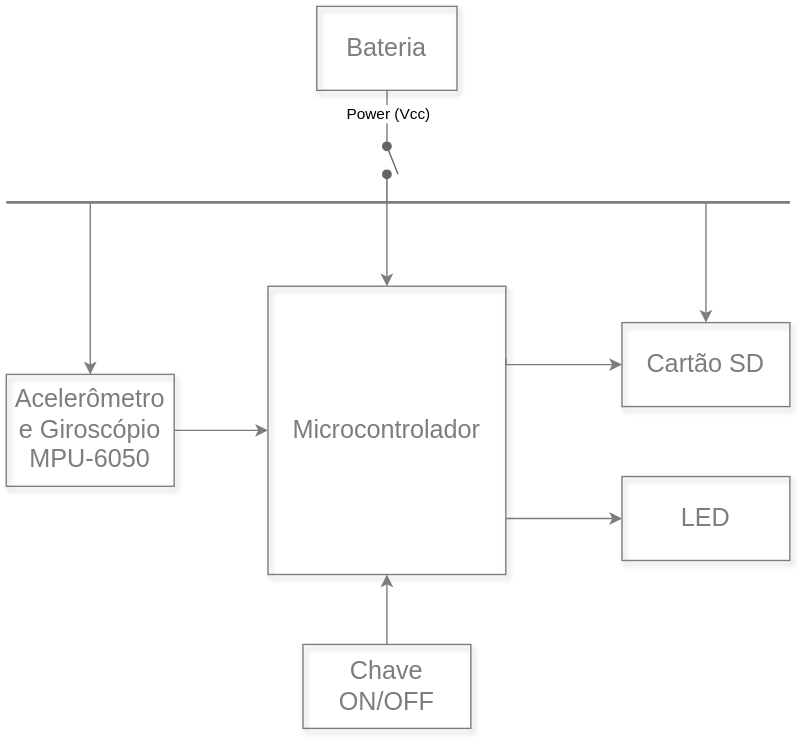
Earlier version of the draw.io export projetos/tennistracker/diagrama_estrutural.svg (teaching-FEEC/ea075-2024.1). Source tidied: cells renumbered, new cells last; positions are measured from the earlier drawing's top-left corner, leaving out a move shared by most shapes.
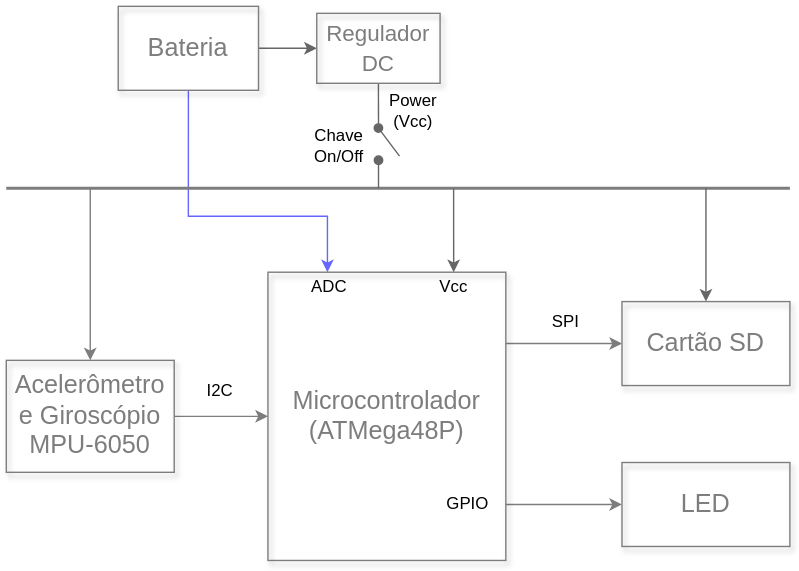
The same file after the commit.

Change to the diagram source:
```diff
@@ -8,16 +8,11 @@
     <mxCell id="3" style="edgeStyle=orthogonalEdgeStyle;rounded=0;jettySize=auto;html=1;entryX=0;entryY=0.5;entryDx=0;entryDy=0;strokeColor=#7D7D7D;exitX=1;exitY=0.25;exitDx=0;exitDy=0;" parent="1" edge="1" source="5" target="16">
       <mxGeometry relative="1" as="geometry">
         <Array as="points">
-          <mxPoint x="357" y="256" />
+          <mxPoint x="440" y="252" />
         </Array>
       </mxGeometry>
     </mxCell>
-    <mxCell id="4" style="edgeStyle=orthogonalEdgeStyle;rounded=0;jettySize=auto;html=1;endArrow=none;endFill=0;startArrow=classic;startFill=1;strokeColor=#7D7D7D;" parent="1" edge="1" source="5">
-      <mxGeometry relative="1" as="geometry">
-        <mxPoint x="272" y="140" as="targetPoint" />
-      </mxGeometry>
-    </mxCell>
-    <mxCell id="5" value="Microcontrolador" style="whiteSpace=wrap;html=1;shadow=1;fontSize=18;fillColor=none;strokeColor=#7D7D7D;fontColor=#7D7D7D;" parent="1" vertex="1">
+    <mxCell id="5" value="Microcontrolador&lt;div&gt;(ATMega48P)&lt;/div&gt;" style="whiteSpace=wrap;html=1;shadow=1;fontSize=18;fillColor=none;strokeColor=#7D7D7D;fontColor=#7D7D7D;" parent="1" vertex="1">
       <mxGeometry x="187" y="200" width="170" height="206" as="geometry" />
     </mxCell>
     <mxCell id="6" value="LED" style="whiteSpace=wrap;html=1;shadow=1;fontSize=18;fillColor=none;strokeColor=#7D7D7D;align=center;verticalAlign=middle;fontFamily=Helvetica;fontColor=#7D7D7D;" parent="1" vertex="1">
@@ -34,32 +29,22 @@
     <mxCell id="9" value="Acelerômetro&lt;div&gt;e Giroscópio&lt;/div&gt;&lt;div&gt;MPU-6050&lt;br&gt;&lt;/div&gt;" style="whiteSpace=wrap;html=1;shadow=1;fontSize=18;fillColor=none;strokeColor=#7D7D7D;align=center;verticalAlign=middle;fontFamily=Helvetica;fontColor=#7D7D7D;" parent="1" vertex="1">
       <mxGeometry y="263" width="120" height="80" as="geometry" />
     </mxCell>
-    <mxCell id="10" style="edgeStyle=elbowEdgeStyle;rounded=0;html=1;startArrow=none;startFill=0;jettySize=auto;fontSize=18;elbow=vertical;strokeColor=#7d7d7d;" parent="1" edge="1" source="11" target="5">
-      <mxGeometry relative="1" as="geometry" />
-    </mxCell>
-    <mxCell id="11" value="Chave ON/OFF" style="whiteSpace=wrap;html=1;shadow=1;fontSize=18;fillColor=none;strokeColor=#7D7D7D;align=center;verticalAlign=middle;fontFamily=Helvetica;fontColor=#7D7D7D;" parent="1" vertex="1">
-      <mxGeometry x="212" y="456" width="120" height="60" as="geometry" />
-    </mxCell>
-    <mxCell id="12" style="edgeStyle=orthogonalEdgeStyle;rounded=0;jettySize=auto;html=1;strokeColor=#7D7D7D;endArrow=none;endFill=0;" parent="1" edge="1" source="14">
-      <mxGeometry relative="1" as="geometry">
-        <mxPoint x="272" y="100" as="targetPoint" />
-      </mxGeometry>
-    </mxCell>
-    <mxCell id="13" value="Power (Vcc)" style="edgeLabel;html=1;align=center;verticalAlign=middle;" parent="12" vertex="1">
-      <mxGeometry x="-0.15" y="-1" relative="1" as="geometry">
-        <mxPoint x="1" y="-1" as="offset" />
-      </mxGeometry>
-    </mxCell>
+    <mxCell id="20" style="edgeStyle=orthogonalEdgeStyle;rounded=0;jettySize=auto;html=1;entryX=0;entryY=0.5;entryDx=0;entryDy=0;strokeColor=#666666;" parent="1" edge="1" source="14" target="30">
+      <mxGeometry relative="1" as="geometry" />
+    </mxCell>
+    <mxCell id="21" style="edgeStyle=orthogonalEdgeStyle;rounded=0;jettySize=auto;html=1;entryX=0.25;entryY=0;entryDx=0;entryDy=0;fillColor=#dae8fc;strokeColor=#6666FF;exitX=0.5;exitY=1;exitDx=0;exitDy=0;" parent="1" edge="1" source="14" target="5">
+      <mxGeometry relative="1" as="geometry">
+        <Array as="points">
+          <mxPoint x="130" y="160" />
+          <mxPoint x="230" y="160" />
+        </Array>
+      </mxGeometry>
+    </mxCell>
     <mxCell id="14" value="Bateria" style="whiteSpace=wrap;html=1;shadow=1;fontSize=18;fillColor=none;strokeColor=#7D7D7D;align=center;verticalAlign=middle;fontFamily=Helvetica;fontColor=#7D7D7D;" parent="1" vertex="1">
-      <mxGeometry x="221.9" width="100.2" height="60" as="geometry" />
+      <mxGeometry x="80" y="10" width="100.2" height="60" as="geometry" />
     </mxCell>
-    <mxCell id="15" style="edgeStyle=orthogonalEdgeStyle;rounded=0;jettySize=auto;html=1;endArrow=none;endFill=0;startArrow=classic;startFill=1;strokeColor=#7D7D7D;" parent="1" edge="1" source="16">
-      <mxGeometry relative="1" as="geometry">
-        <mxPoint x="500" y="140" as="targetPoint" />
-      </mxGeometry>
-    </mxCell>
     <mxCell id="16" value="Cartão SD" style="whiteSpace=wrap;html=1;shadow=1;fontSize=18;fillColor=none;strokeColor=#7D7D7D;align=center;verticalAlign=middle;fontFamily=Helvetica;fontColor=#7D7D7D;" parent="1" vertex="1">
-      <mxGeometry x="440" y="226" width="120" height="60" as="geometry" />
+      <mxGeometry x="440" y="221" width="120" height="60" as="geometry" />
     </mxCell>
     <mxCell id="17" style="html=1;rounded=0;strokeWidth=2;endArrow=none;endFill=0;strokeColor=#7D7D7D;" parent="1" edge="1">
       <mxGeometry relative="1" as="geometry">
@@ -69,15 +54,55 @@
     </mxCell>
     <mxCell id="18" style="endArrow=oval;html=1;rounded=0;strokeColor=#666666;startArrow=none;startFill=0;endFill=1;" parent="1" edge="1">
       <mxGeometry relative="1" as="geometry">
-        <mxPoint x="280" y="120" as="sourcePoint" />
-        <mxPoint x="272" y="100" as="targetPoint" />
+        <mxPoint x="281" y="117" as="sourcePoint" />
+        <mxPoint x="265.9" y="97" as="targetPoint" />
       </mxGeometry>
     </mxCell>
     <mxCell id="19" style="endArrow=none;html=1;rounded=0;strokeColor=#666666;endFill=0;startArrow=oval;startFill=1;" parent="1" edge="1">
       <mxGeometry relative="1" as="geometry">
-        <mxPoint x="272" y="120" as="sourcePoint" />
-        <mxPoint x="272" y="140" as="targetPoint" />
+        <mxPoint x="266" y="120" as="sourcePoint" />
+        <mxPoint x="266" y="140" as="targetPoint" />
       </mxGeometry>
     </mxCell>
+    <mxCell id="13" value="Power (Vcc)" style="text;html=1;align=center;verticalAlign=middle;whiteSpace=wrap;rounded=0;" parent="1" vertex="1">
+      <mxGeometry x="261" y="70" width="60" height="30" as="geometry" />
+    </mxCell>
+    <mxCell id="22" value="I2C" style="text;html=1;align=center;verticalAlign=middle;whiteSpace=wrap;rounded=0;" parent="1" vertex="1">
+      <mxGeometry x="123" y="270" width="60" height="30" as="geometry" />
+    </mxCell>
+    <mxCell id="23" value="SPI" style="text;html=1;align=center;verticalAlign=middle;whiteSpace=wrap;rounded=0;" parent="1" vertex="1">
+      <mxGeometry x="370" y="221" width="60" height="30" as="geometry" />
+    </mxCell>
+    <mxCell id="24" value="Chave On/Off" style="text;html=1;align=center;verticalAlign=middle;whiteSpace=wrap;rounded=0;" parent="1" vertex="1">
+      <mxGeometry x="208" y="95" width="60" height="30" as="geometry" />
+    </mxCell>
+    <mxCell id="25" style="endArrow=classic;html=1;rounded=0;entryX=0.312;entryY=-0.002;entryDx=0;entryDy=0;entryPerimeter=0;strokeColor=#666666;" parent="1" edge="1">
+      <mxGeometry relative="1" as="geometry">
+        <mxPoint x="319.7" y="140.4" as="sourcePoint" />
+        <mxPoint x="319.7" y="200" as="targetPoint" />
+      </mxGeometry>
+    </mxCell>
+    <mxCell id="26" value="Vcc" style="text;html=1;align=center;verticalAlign=middle;whiteSpace=wrap;rounded=0;" parent="1" vertex="1">
+      <mxGeometry x="300" y="201" width="40" height="20" as="geometry" />
+    </mxCell>
+    <mxCell id="27" value="ADC" style="text;html=1;align=center;verticalAlign=middle;whiteSpace=wrap;rounded=0;" parent="1" vertex="1">
+      <mxGeometry x="211" y="201" width="40" height="20" as="geometry" />
+    </mxCell>
+    <mxCell id="28" value="GPIO" style="text;html=1;align=center;verticalAlign=middle;whiteSpace=wrap;rounded=0;" parent="1" vertex="1">
+      <mxGeometry x="310" y="356" width="40" height="20" as="geometry" />
+    </mxCell>
+    <mxCell id="29" style="edgeStyle=orthogonalEdgeStyle;rounded=0;jettySize=auto;html=1;exitX=0.5;exitY=1;exitDx=0;exitDy=0;strokeColor=#666666;endArrow=none;endFill=0;" parent="1" edge="1" source="30">
+      <mxGeometry relative="1" as="geometry">
+        <mxPoint x="266" y="100" as="targetPoint" />
+      </mxGeometry>
+    </mxCell>
+    <mxCell id="30" value="&lt;font style=&quot;font-size: 16px;&quot;&gt;Regulador DC&lt;/font&gt;" style="whiteSpace=wrap;html=1;shadow=1;fontSize=18;fillColor=none;strokeColor=#7D7D7D;align=center;verticalAlign=middle;fontFamily=Helvetica;fontColor=#7D7D7D;" parent="1" vertex="1">
+      <mxGeometry x="221.9" y="15" width="88.1" height="50" as="geometry" />
+    </mxCell>
+    <mxCell id="31" style="endArrow=classic;html=1;rounded=0;entryX=0.5;entryY=0;entryDx=0;entryDy=0;strokeColor=#666666;" parent="1" edge="1" target="16">
+      <mxGeometry relative="1" as="geometry">
+        <mxPoint x="500" y="140" as="sourcePoint" />
+      </mxGeometry>
+    </mxCell>
   </root>
 </mxGraphModel>
```
